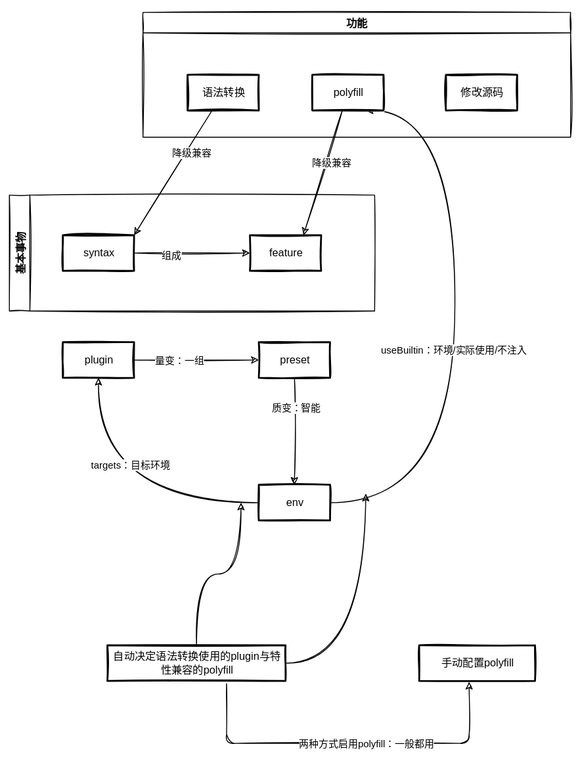
This is 笔记/前端/工程化/assets/babel基本概念.svg from Echo-Yanglulu/obsidianPrivateNote, a draw.io export, as it was before one commit. Source tidied: cells renumbered, new cells last; positions are measured from the earlier drawing's top-left corner, leaving out a move shared by most shapes.
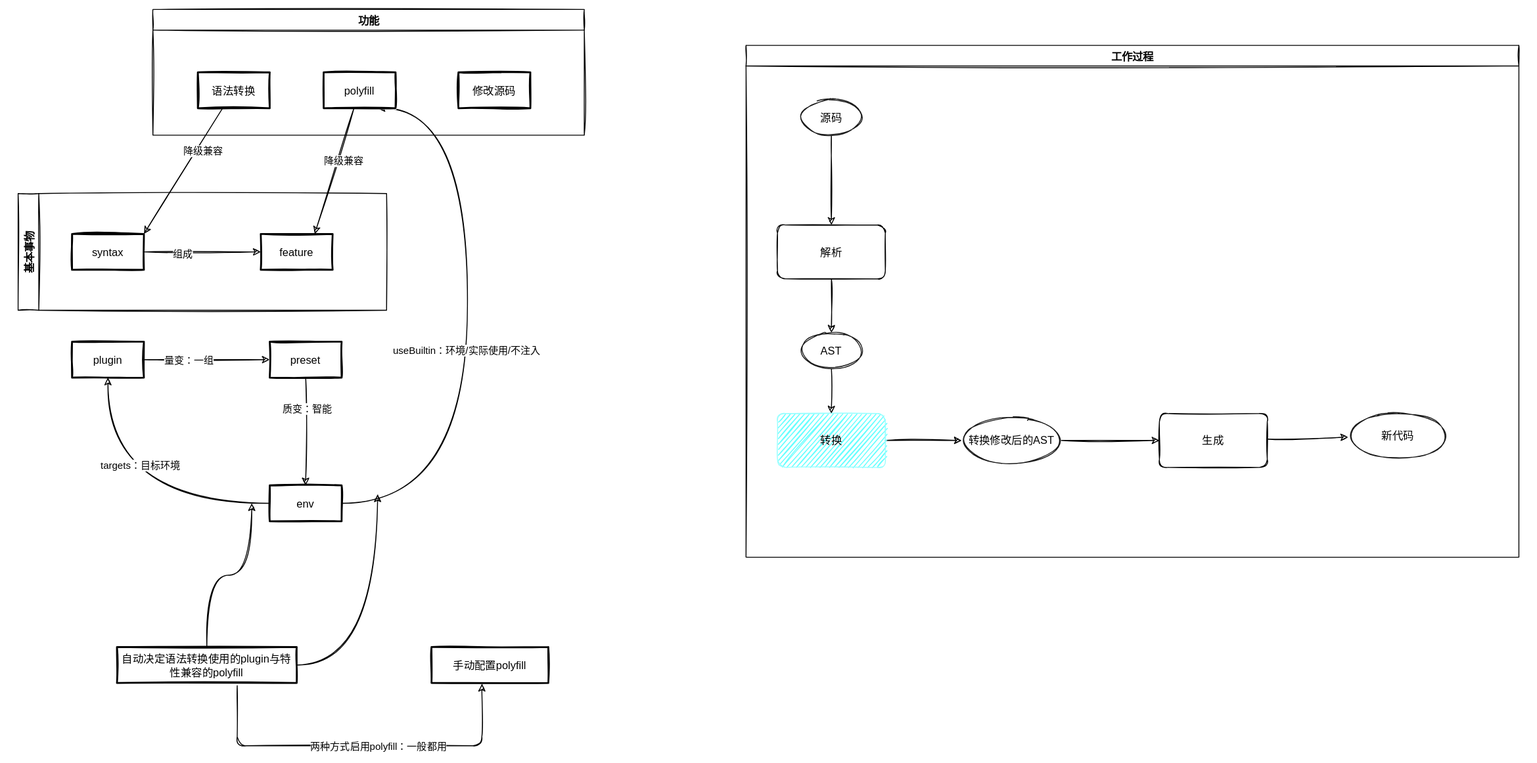
After the commit.

Diff of the diagram source:
```diff
@@ -108,5 +108,47 @@
     <mxCell id="32" value="基本事物" style="swimlane;horizontal=0;startSize=23;" parent="1" vertex="1">
       <mxGeometry y="205" width="410" height="130" as="geometry" />
     </mxCell>
+    <mxCell id="33" value="工作过程" style="swimlane;strokeColor=#000000;" parent="1" vertex="1">
+      <mxGeometry x="810" y="40" width="860" height="570" as="geometry" />
+    </mxCell>
+    <mxCell id="34" style="edgeStyle=none;html=1;entryX=0.5;entryY=0;entryDx=0;entryDy=0;" parent="33" edge="1" source="35" target="43">
+      <mxGeometry relative="1" as="geometry" />
+    </mxCell>
+    <mxCell id="35" value="解析" style="rounded=1;whiteSpace=wrap;html=1;" parent="33" vertex="1">
+      <mxGeometry x="35" y="200" width="120" height="60" as="geometry" />
+    </mxCell>
+    <mxCell id="36" style="edgeStyle=none;html=1;entryX=0;entryY=0.5;entryDx=0;entryDy=0;" parent="33" edge="1" source="37" target="45">
+      <mxGeometry relative="1" as="geometry" />
+    </mxCell>
+    <mxCell id="37" value="转换" style="rounded=1;whiteSpace=wrap;html=1;strokeColor=#99FFFF;fillColor=#66FFFF;" parent="33" vertex="1">
+      <mxGeometry x="35" y="410" width="120" height="60" as="geometry" />
+    </mxCell>
+    <mxCell id="38" style="edgeStyle=none;html=1;" parent="33" edge="1" source="39" target="46">
+      <mxGeometry relative="1" as="geometry" />
+    </mxCell>
+    <mxCell id="39" value="生成" style="rounded=1;whiteSpace=wrap;html=1;" parent="33" vertex="1">
+      <mxGeometry x="460" y="410" width="120" height="60" as="geometry" />
+    </mxCell>
+    <mxCell id="40" style="edgeStyle=none;html=1;entryX=0.5;entryY=0;entryDx=0;entryDy=0;" parent="33" edge="1" source="41" target="35">
+      <mxGeometry relative="1" as="geometry" />
+    </mxCell>
+    <mxCell id="41" value="源码" style="ellipse;whiteSpace=wrap;html=1;strokeColor=#1A1A1A;fillColor=#FFFFFF;" parent="33" vertex="1">
+      <mxGeometry x="60" y="60" width="70" height="40" as="geometry" />
+    </mxCell>
+    <mxCell id="42" style="edgeStyle=none;html=1;entryX=0.5;entryY=0;entryDx=0;entryDy=0;" parent="33" edge="1" source="43" target="37">
+      <mxGeometry relative="1" as="geometry" />
+    </mxCell>
+    <mxCell id="43" value="AST" style="ellipse;whiteSpace=wrap;html=1;strokeColor=#1A1A1A;fillColor=#FFFFFF;" parent="33" vertex="1">
+      <mxGeometry x="60" y="320" width="70" height="40" as="geometry" />
+    </mxCell>
+    <mxCell id="44" style="edgeStyle=none;html=1;entryX=0;entryY=0.5;entryDx=0;entryDy=0;" parent="33" edge="1" source="45" target="39">
+      <mxGeometry relative="1" as="geometry" />
+    </mxCell>
+    <mxCell id="45" value="转换修改后的AST" style="ellipse;whiteSpace=wrap;html=1;strokeColor=#1A1A1A;fillColor=#FFFFFF;" parent="33" vertex="1">
+      <mxGeometry x="240" y="415" width="111" height="50" as="geometry" />
+    </mxCell>
+    <mxCell id="46" value="新代码" style="ellipse;whiteSpace=wrap;html=1;strokeColor=#1A1A1A;fillColor=#FFFFFF;" parent="33" vertex="1">
+      <mxGeometry x="670" y="410" width="111" height="50" as="geometry" />
+    </mxCell>
   </root>
 </mxGraphModel>
```
